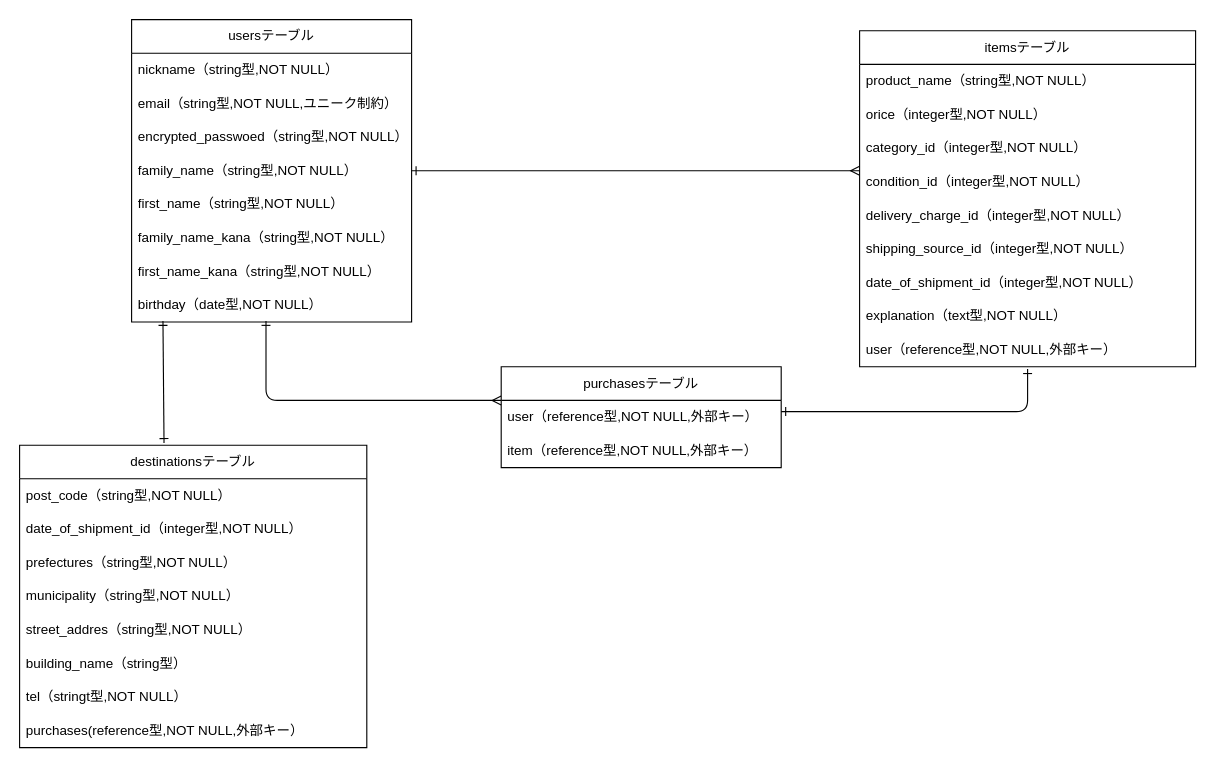
i-v-mii/furima-40333 keeps this draw.io diagram as test.dio. Above is the earlier version. Source tidied: cells renumbered, new cells numbered last; positions are measured from the earlier drawing's top-left corner, leaving out a move shared by most shapes. Both pictures are drawn from the tidied source at 112%, with x=0, y=0 at pixel (19, 19).
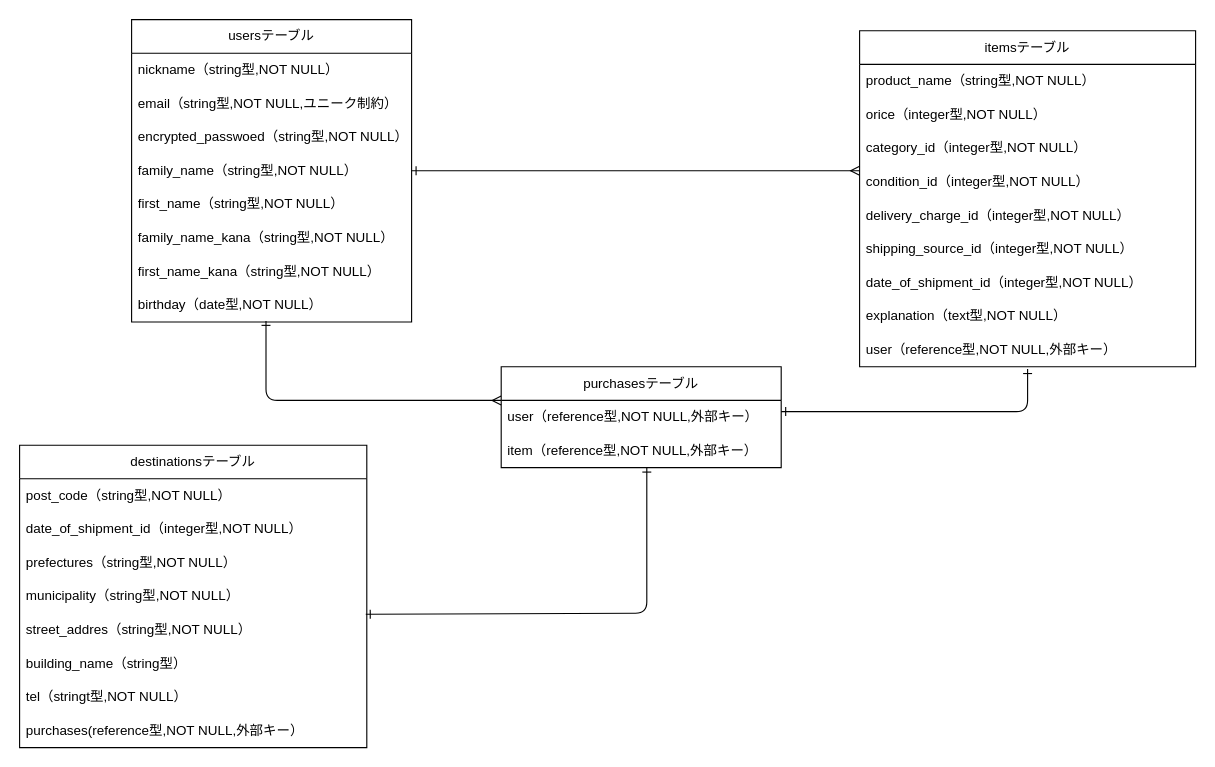
The same page after the edit.

Commit message (it also covers changes not shown here):
データベース設計（修正）

The change refers to these unchanged cells:
```xml
<mxCell id="10" value="birthday（date型,NOT NULL）" style="text;strokeColor=none;fillColor=none;align=left;verticalAlign=middle;spacingLeft=4;spacingRight=4;overflow=hidden;points=[[0,0.5],[1,0.5]];portConstraint=eastwest;whiteSpace=wrap;html=1;" parent="2" vertex="1">
  <mxGeometry y="240" width="250" height="30" as="geometry" />
</mxCell>
<mxCell id="21" value="destinationsテーブル" style="swimlane;fontStyle=0;horizontal=1;startSize=30;whiteSpace=wrap;html=1;" parent="1" vertex="1">
  <mxGeometry y="380" width="310" height="270" as="geometry" />
</mxCell>
<mxCell id="26" value="street_addres（string型,NOT NULL）" style="text;strokeColor=none;fillColor=none;align=left;verticalAlign=middle;spacingLeft=4;spacingRight=4;overflow=hidden;points=[[0,0.5],[1,0.5]];portConstraint=eastwest;whiteSpace=wrap;html=1;" parent="21" vertex="1">
  <mxGeometry y="150" width="310" height="30" as="geometry" />
</mxCell>
<mxCell id="33" value="item（reference型,NOT NULL,外部キー）" style="text;strokeColor=none;fillColor=none;align=left;verticalAlign=middle;spacingLeft=4;spacingRight=4;overflow=hidden;points=[[0,0.5],[1,0.5]];portConstraint=eastwest;whiteSpace=wrap;html=1;" parent="31" vertex="1">
  <mxGeometry y="60" width="250" height="30" as="geometry" />
</mxCell>
```

What changed in the source:
```diff
@@
-    <mxCell id="37" style="edgeStyle=none;html=1;endArrow=ERone;endFill=0;exitX=0.112;exitY=0.967;exitDx=0;exitDy=0;exitPerimeter=0;startArrow=ERone;startFill=0;entryX=0.416;entryY=-0.007;entryDx=0;entryDy=0;entryPerimeter=0;" parent="1" edge="1" source="10" target="21">
-      <mxGeometry relative="1" as="geometry" />
+    <mxCell id="37" style="edgeStyle=none;html=1;endArrow=ERone;endFill=0;startArrow=ERone;startFill=0;entryX=0.997;entryY=0.033;entryDx=0;entryDy=0;entryPerimeter=0;exitX=0.52;exitY=1;exitDx=0;exitDy=0;exitPerimeter=0;" parent="1" edge="1" source="33" target="26">
+      <mxGeometry relative="1" as="geometry">
+        <Array as="points">
+          <mxPoint x="560" y="530" />
+        </Array>
+      </mxGeometry>
     </mxCell>
```
